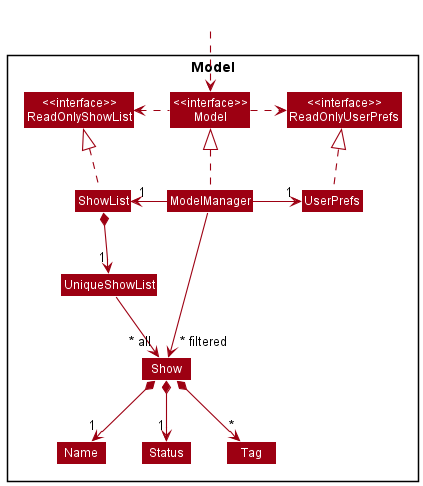
Earlier version of the PlantUML export docs/images/ModelClassDiagram.png (nus-cs2103-AY2122S2/tp).
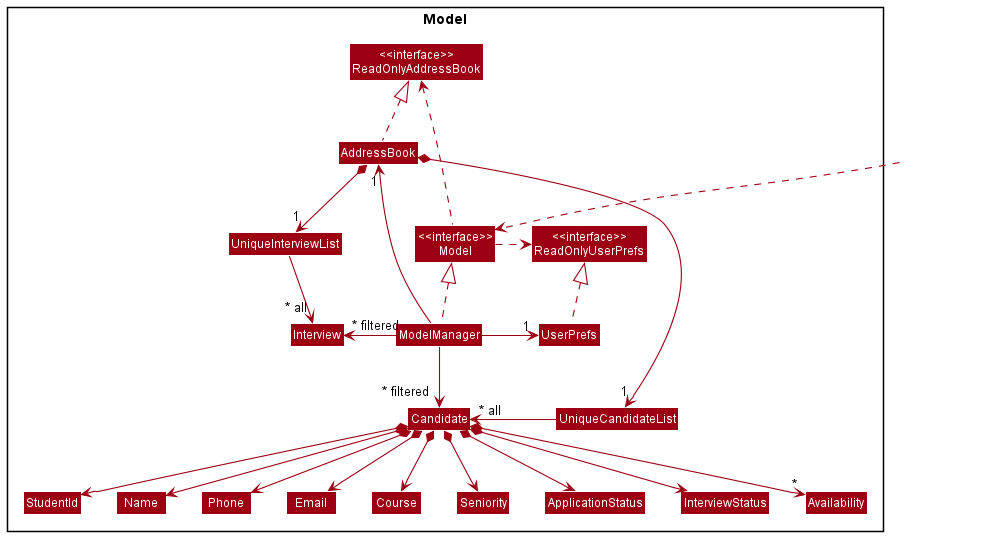
After the commit.

Commit message:
Update model component section and related diagram

The edit, as a diff of the source:
```diff
@@ -5,41 +5,67 @@
 skinparam classBackgroundColor MODEL_COLOR
 
 Package Model <<Rectangle>>{
-Class "<<interface>>\nReadOnlyShowList" as ReadOnlyShowList
+Class "<<interface>>\nReadOnlyAddressBook" as ReadOnlyAddressBook
 Class "<<interface>>\nReadOnlyUserPrefs" as ReadOnlyUserPrefs
 Class "<<interface>>\nModel" as Model
-Class ShowList
+Class AddressBook
 Class ModelManager
 Class UserPrefs
 
-Class UniqueShowList
-Class Show
-Class Status
+Class UniqueCandidateList
+Class Candidate
+Class StudentId
 Class Name
-Class Tag
+Class Phone
+Class Email
+Class Course
+Class Seniority
+Class ApplicationStatus
+Class InterviewStatus
+Class Availability
+
+Class UniqueInterviewList
+Class Interview
 
 }
 
 Class HiddenOutside #FFFFFF
 HiddenOutside ..> Model
 
-ShowList .up.|> ReadOnlyShowList
+AddressBook .up.|> ReadOnlyAddressBook
 
 ModelManager .up.|> Model
 Model .right.> ReadOnlyUserPrefs
-Model .left.> ReadOnlyShowList
-ModelManager -left-> "1" ShowList
+Model .left.> ReadOnlyAddressBook
+ModelManager -left-> "1" AddressBook
 ModelManager -right-> "1" UserPrefs
 UserPrefs .up.|> ReadOnlyUserPrefs
 
-ShowList *--> "1" UniqueShowList
-UniqueShowList --> "~* all" Show
-Show *--> "1" Name
-Show *--> "1" Status
-Show *--> "*" Tag
+AddressBook *--> "1" UniqueInterviewList
+UniqueInterviewList --> "~* all" Interview
 
-Name -[hidden]right-> Status
-Status -[hidden]right->  Tag
+AddressBook *--> "1" UniqueCandidateList
+UniqueCandidateList -left-> "~* all" Candidate
+Candidate *--> StudentId
+Candidate *--> Name
+Candidate *--> Phone
+Candidate *--> Email
+Candidate *--> Course
+Candidate *--> Seniority
+Candidate *--> ApplicationStatus
+Candidate *--> InterviewStatus
+Candidate *--> "*" Availability
 
-ModelManager -->"~* filtered" Show
+StudentId -[hidden]right-> Name
+Name -[hidden]right-> Phone
+Phone -[hidden]right-> Email
+Email -[hidden]right-> Course
+Course -[hidden]right-> Seniority
+Seniority -[hidden]right-> ApplicationStatus
+ApplicationStatus -[hidden]right-> InterviewStatus
+InterviewStatus -[hidden]right-> Availability
+
+ModelManager -->"~* filtered" Candidate
+ModelManager -left->"~* filtered" Interview
+
 @enduml
```
